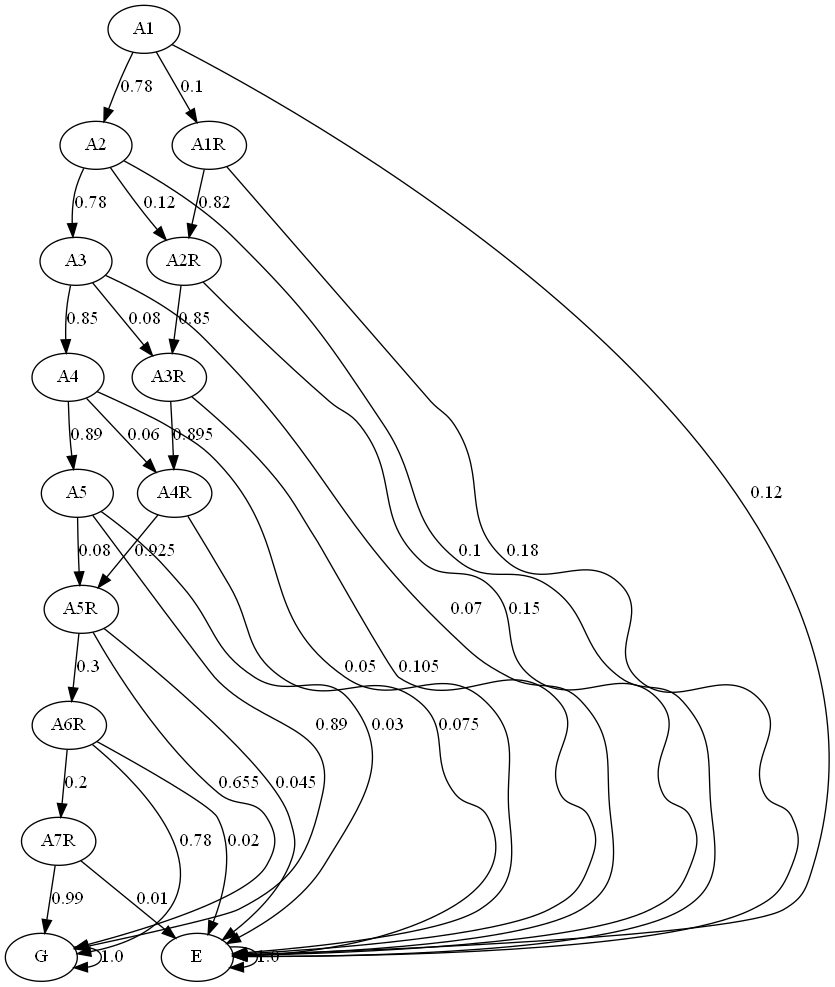
Earlier version of the Graphviz export graph/markov.png (JulianaFerreira/educacao). Its source is kept beside it as graph/markov.dot.
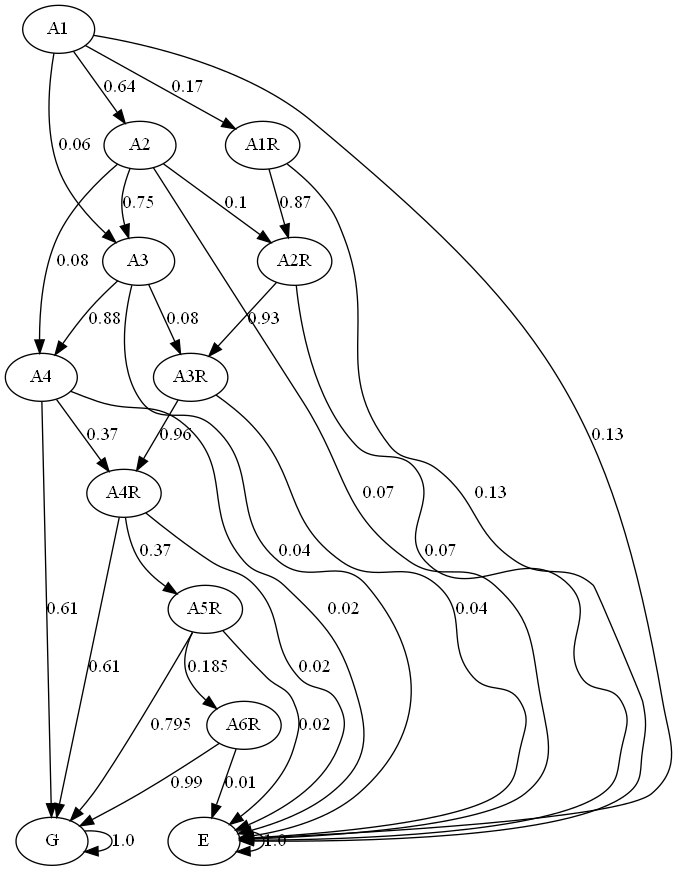
The same file after the commit.

What changed in the source:
```diff
@@ -3,47 +3,42 @@
 A2;
 A3;
 A4;
-A5;
 A1R;
 A2R;
 A3R;
 A4R;
 A5R;
 A6R;
-A7R;
 G;
 E;
-A1 -> A2  [key=0, label="0.78", weight="0.78"];
-A1 -> A1R  [key=0, label="0.1", weight="0.1"];
-A1 -> E  [key=0, label="0.12", weight="0.12"];
-A2 -> A3  [key=0, label="0.78", weight="0.78"];
-A2 -> A2R  [key=0, label="0.12", weight="0.12"];
-A2 -> E  [key=0, label="0.1", weight="0.1"];
-A3 -> A4  [key=0, label="0.85", weight="0.85"];
+A1 -> A2  [key=0, label="0.64", weight="0.64"];
+A1 -> A3  [key=0, label="0.06", weight="0.06"];
+A1 -> A1R  [key=0, label="0.17", weight="0.17"];
+A1 -> E  [key=0, label="0.13", weight="0.13"];
+A2 -> A3  [key=0, label="0.75", weight="0.75"];
+A2 -> A4  [key=0, label="0.08", weight="0.08"];
+A2 -> A2R  [key=0, label="0.1", weight="0.1"];
+A2 -> E  [key=0, label="0.07", weight="0.07"];
+A3 -> A4  [key=0, label="0.88", weight="0.88"];
 A3 -> A3R  [key=0, label="0.08", weight="0.08"];
-A3 -> E  [key=0, label="0.07", weight="0.07"];
-A4 -> A5  [key=0, label="0.89", weight="0.89"];
-A4 -> A4R  [key=0, label="0.06", weight="0.06"];
-A4 -> E  [key=0, label="0.05", weight="0.05"];
-A5 -> A5R  [key=0, label="0.08", weight="0.08"];
-A5 -> G  [key=0, label="0.89", weight="0.89"];
-A5 -> E  [key=0, label="0.03", weight="0.03"];
-A1R -> A2R  [key=0, label="0.82", weight="0.82"];
-A1R -> E  [key=0, label="0.18", weight="0.18"];
-A2R -> A3R  [key=0, label="0.85", weight="0.85"];
-A2R -> E  [key=0, label="0.15", weight="0.15"];
-A3R -> A4R  [key=0, label="0.895", weight="0.895"];
-A3R -> E  [key=0, label="0.105", weight="0.105"];
-A4R -> A5R  [key=0, label="0.925", weight="0.925"];
-A4R -> E  [key=0, label="0.075", weight="0.075"];
-A5R -> A6R  [key=0, label="0.3", weight="0.3"];
-A5R -> G  [key=0, label="0.655", weight="0.655"];
-A5R -> E  [key=0, label="0.045", weight="0.045"];
-A6R -> A7R  [key=0, label="0.2", weight="0.2"];
-A6R -> G  [key=0, label="0.78", weight="0.78"];
-A6R -> E  [key=0, label="0.02", weight="0.02"];
-A7R -> G  [key=0, label="0.99", weight="0.99"];
-A7R -> E  [key=0, label="0.01", weight="0.01"];
+A3 -> E  [key=0, label="0.04", weight="0.04"];
+A4 -> A4R  [key=0, label="0.37", weight="0.37"];
+A4 -> G  [key=0, label="0.61", weight="0.61"];
+A4 -> E  [key=0, label="0.02", weight="0.02"];
+A1R -> A2R  [key=0, label="0.87", weight="0.87"];
+A1R -> E  [key=0, label="0.13", weight="0.13"];
+A2R -> A3R  [key=0, label="0.93", weight="0.93"];
+A2R -> E  [key=0, label="0.07", weight="0.07"];
+A3R -> A4R  [key=0, label="0.96", weight="0.96"];
+A3R -> E  [key=0, label="0.04", weight="0.04"];
+A4R -> A5R  [key=0, label="0.37", weight="0.37"];
+A4R -> G  [key=0, label="0.61", weight="0.61"];
+A4R -> E  [key=0, label="0.02", weight="0.02"];
+A5R -> A6R  [key=0, label="0.185", weight="0.185"];
+A5R -> G  [key=0, label="0.795", weight="0.795"];
+A5R -> E  [key=0, label="0.02", weight="0.02"];
+A6R -> G  [key=0, label="0.99", weight="0.99"];
+A6R -> E  [key=0, label="0.01", weight="0.01"];
 G -> G  [key=0, label="1.0", weight="1.0"];
 E -> E  [key=0, label="1.0", weight="1.0"];
 }
```
